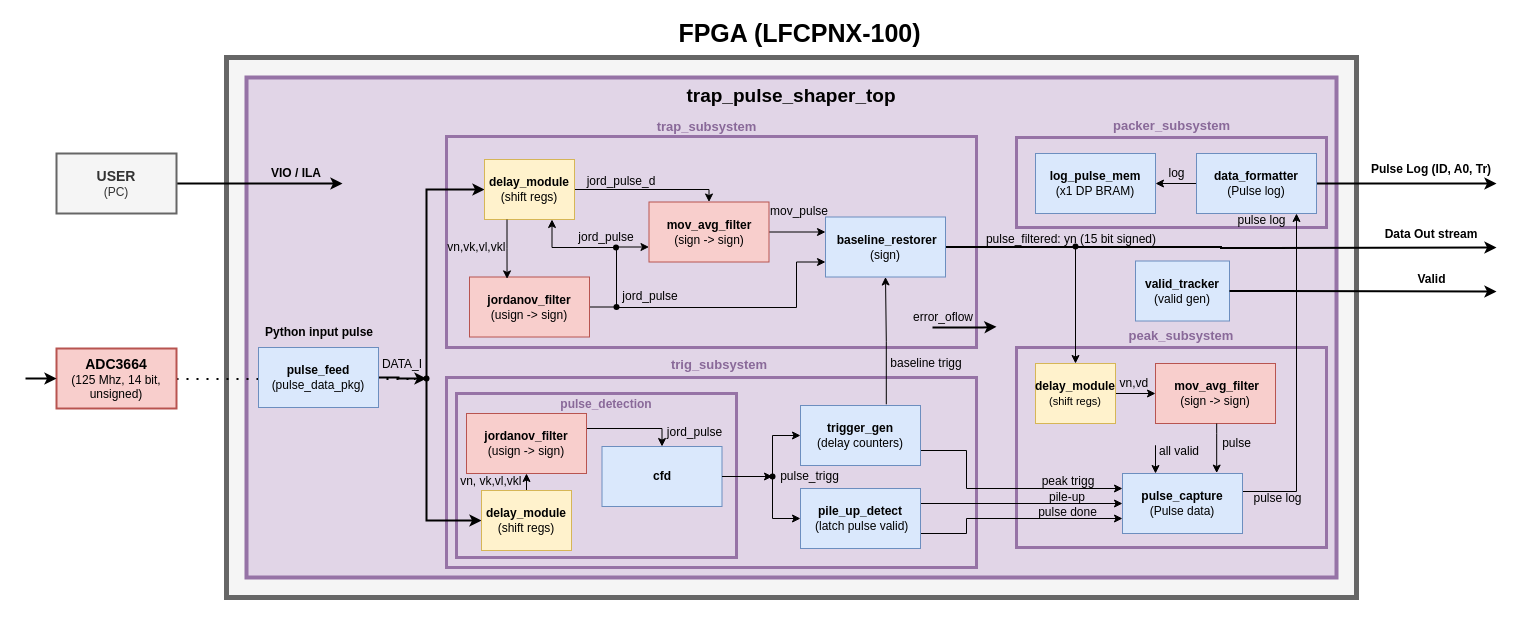
The draw.io diagram docs/Trapezoidal_Pulse_Shaper_BD.drawio in mexarlg/trap_filter, before the edit. Source tidied: cells renumbered, new cells numbered last; positions are measured from the earlier drawing's top-left corner, leaving out a move shared by most shapes. Both pictures are drawn from the tidied source at 100%, with x=0, y=0 at pixel (25, 17).
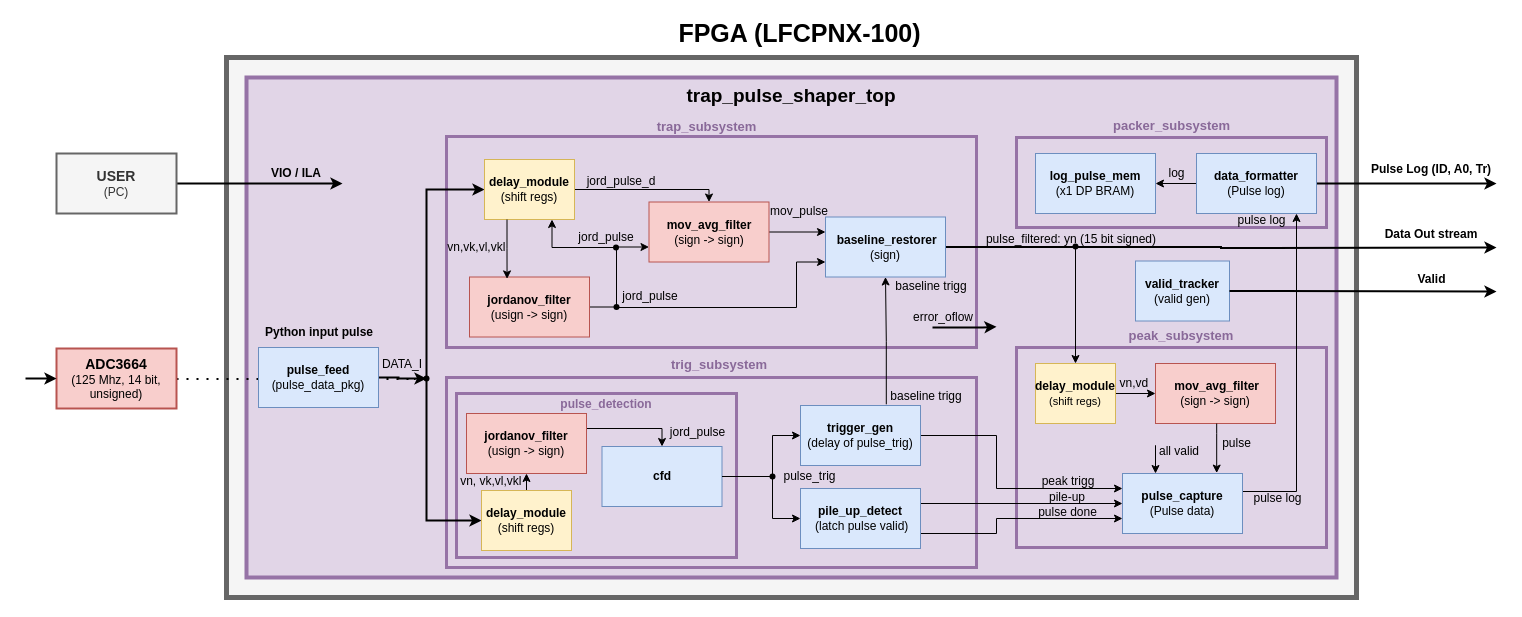
After the change.

Commit message (it also covers changes not shown here):
Added: Trig_gen module added to trig_subsystem. Tb environment created. Name change of trig_subsystem. Stop continuous feeding of pulse_feed. Fixed minor errors on top wrappers.

Unchanged cells that the change refers to:
```xml
<mxCell id="19" value="&lt;div&gt;&lt;b&gt;pile_up_detect&lt;/b&gt;&lt;/div&gt;&lt;div&gt;&amp;nbsp;(latch pulse valid)&lt;/div&gt;" style="rounded=0;whiteSpace=wrap;html=1;fillColor=#dae8fc;strokeColor=#6c8ebf;" parent="1" vertex="1">
  <mxGeometry x="775" y="471" width="120" height="60" as="geometry" />
</mxCell>
<mxCell id="25" value="&lt;div&gt;&lt;span style=&quot;background-color: transparent; color: light-dark(rgb(0, 0, 0), rgb(255, 255, 255));&quot;&gt;&lt;b&gt;pulse_capture&lt;/b&gt;&lt;/span&gt;&lt;/div&gt;&lt;div&gt;&lt;span style=&quot;background-color: transparent; color: light-dark(rgb(0, 0, 0), rgb(255, 255, 255));&quot;&gt;(Pulse data)&lt;/span&gt;&lt;/div&gt;" style="rounded=0;whiteSpace=wrap;html=1;fillColor=#dae8fc;strokeColor=#6c8ebf;" parent="1" vertex="1">
  <mxGeometry x="1097" y="456" width="120" height="60" as="geometry" />
</mxCell>
<mxCell id="40" style="shape=waypoint;sketch=0;fillStyle=solid;size=6;points=[];fillColor=none;perimeter=centerPerimeter;snapToPoint=1;" parent="1" vertex="1">
  <mxGeometry x="737" y="449" width="20" height="20" as="geometry" />
</mxCell>
<mxCell id="93" value="&lt;div&gt;&lt;span style=&quot;background-color: transparent; color: light-dark(rgb(0, 0, 0), rgb(255, 255, 255));&quot;&gt;&lt;b&gt;cfd&lt;/b&gt;&lt;/span&gt;&lt;/div&gt;" style="rounded=0;whiteSpace=wrap;html=1;fillColor=#dae8fc;strokeColor=#6c8ebf;" parent="1" vertex="1">
  <mxGeometry x="576.5" y="429" width="120" height="60" as="geometry" />
</mxCell>
```

The edit, as a diff of the source:
```diff
@@
     <mxCell id="18" style="edgeStyle=orthogonalEdgeStyle;rounded=0;jettySize=auto;html=1;exitX=1;exitY=0.75;exitDx=0;exitDy=0;entryX=0;entryY=0.75;entryDx=0;entryDy=0;" parent="1" edge="1" source="19" target="25">
       <mxGeometry relative="1" as="geometry">
         <Array as="points">
-          <mxPoint x="941" y="516" />
-          <mxPoint x="941" y="501" />
+          <mxPoint x="971" y="516" />
+          <mxPoint x="971" y="501" />
         </Array>
       </mxGeometry>
     </mxCell>
@@
-    <mxCell id="37" style="edgeStyle=orthogonalEdgeStyle;rounded=0;jettySize=auto;html=1;exitX=1;exitY=0.75;exitDx=0;exitDy=0;entryX=0;entryY=0.25;entryDx=0;entryDy=0;" parent="1" edge="1" source="38" target="25">
+    <mxCell id="37" style="edgeStyle=orthogonalEdgeStyle;rounded=0;jettySize=auto;html=1;exitX=1;exitY=0.5;exitDx=0;exitDy=0;entryX=0;entryY=0.25;entryDx=0;entryDy=0;" parent="1" edge="1" source="38" target="25">
       <mxGeometry relative="1" as="geometry">
         <Array as="points">
-          <mxPoint x="941" y="433" />
-          <mxPoint x="941" y="471" />
+          <mxPoint x="971" y="418" />
+          <mxPoint x="971" y="471" />
         </Array>
       </mxGeometry>
     </mxCell>
-    <mxCell id="38" value="&lt;b&gt;trigger_gen&lt;/b&gt;&lt;div&gt;(delay counters)&lt;/div&gt;" style="rounded=0;whiteSpace=wrap;html=1;fillColor=#dae8fc;strokeColor=#6c8ebf;" parent="1" vertex="1">
+    <mxCell id="38" value="&lt;b&gt;trigger_gen&lt;/b&gt;&lt;div&gt;(delay of pulse_trig)&lt;/div&gt;" style="rounded=0;whiteSpace=wrap;html=1;fillColor=#dae8fc;strokeColor=#6c8ebf;" parent="1" vertex="1">
       <mxGeometry x="775" y="388" width="120" height="60" as="geometry" />
     </mxCell>
@@
-    <mxCell id="53" value="pulse_trigg" style="text;html=1;whiteSpace=wrap;strokeColor=none;fillColor=none;align=center;verticalAlign=middle;rounded=0;" parent="1" vertex="1">
+    <mxCell id="53" value="pulse_trig" style="text;html=1;whiteSpace=wrap;strokeColor=none;fillColor=none;align=center;verticalAlign=middle;rounded=0;" parent="1" vertex="1">
       <mxGeometry x="753" y="455.5" width="63" height="7" as="geometry" />
     </mxCell>
@@
     <mxCell id="67" value="baseline trigg" style="text;html=1;whiteSpace=wrap;strokeColor=none;fillColor=none;align=center;verticalAlign=middle;rounded=0;" parent="1" vertex="1">
-      <mxGeometry x="861" y="339" width="80" height="13" as="geometry" />
+      <mxGeometry x="861" y="372" width="80" height="13" as="geometry" />
     </mxCell>
@@
     <mxCell id="94" value="jord_pulse" style="text;html=1;whiteSpace=wrap;strokeColor=none;fillColor=none;align=center;verticalAlign=middle;rounded=0;" parent="1" vertex="1">
-      <mxGeometry x="641" y="408" width="57" height="13" as="geometry" />
+      <mxGeometry x="644" y="408" width="57" height="13" as="geometry" />
     </mxCell>
-    <mxCell id="95" style="edgeStyle=orthogonalEdgeStyle;rounded=0;jettySize=auto;html=1;exitX=1;exitY=0.5;exitDx=0;exitDy=0;entryX=0.27;entryY=0.553;entryDx=0;entryDy=0;entryPerimeter=0;" parent="1" edge="1" source="93" target="40">
+    <mxCell id="95" style="edgeStyle=orthogonalEdgeStyle;rounded=0;jettySize=auto;html=1;exitX=1;exitY=0.5;exitDx=0;exitDy=0;entryX=0.27;entryY=0.553;entryDx=0;entryDy=0;entryPerimeter=0;endArrow=none;endFill=0;" parent="1" edge="1" source="93" target="40">
       <mxGeometry relative="1" as="geometry" />
     </mxCell>
+    <mxCell id="96" value="baseline trigg" style="text;html=1;whiteSpace=wrap;strokeColor=none;fillColor=none;align=center;verticalAlign=middle;rounded=0;" parent="1" vertex="1">
+      <mxGeometry x="866" y="262" width="80" height="13" as="geometry" />
+    </mxCell>
```
